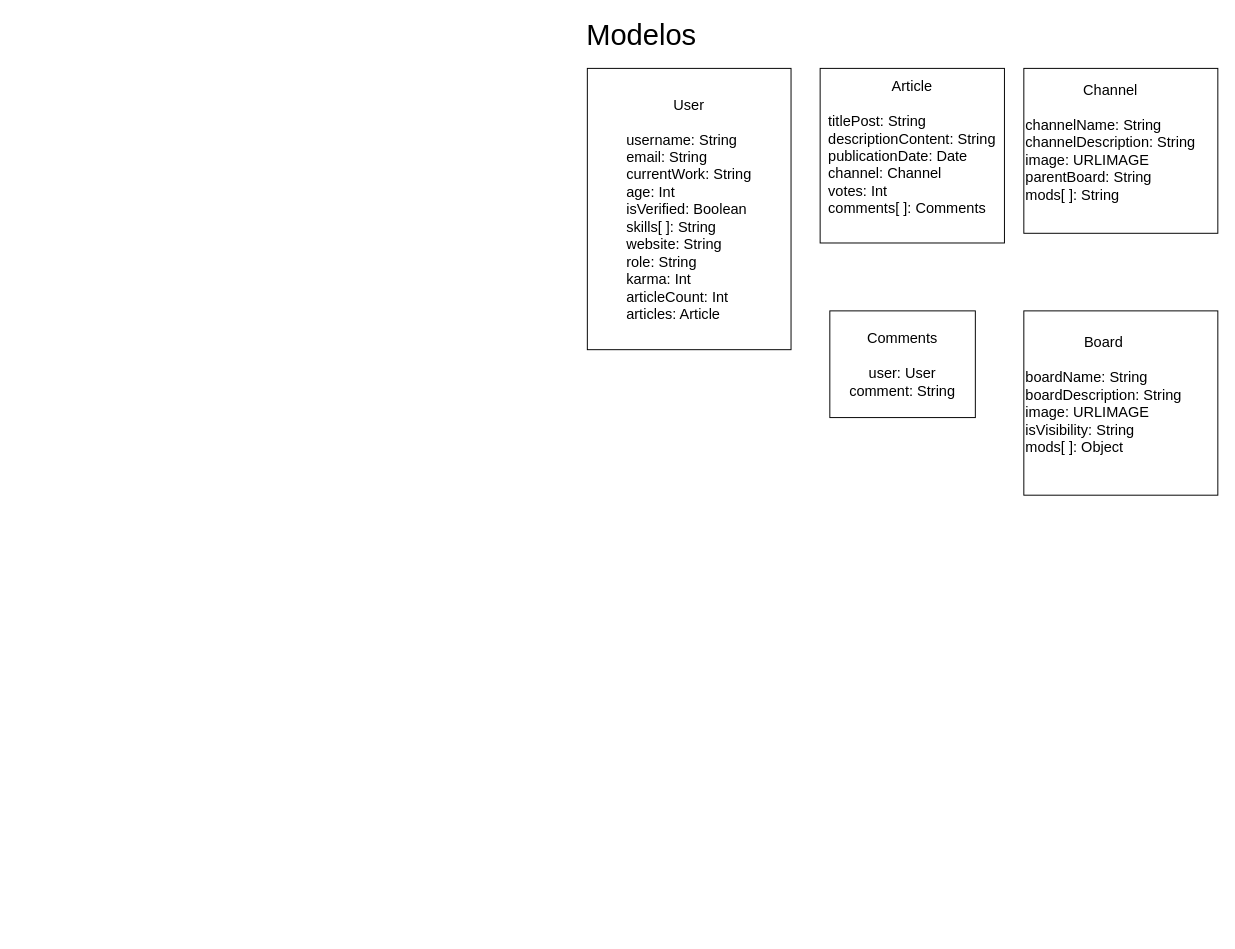
This is page "Models" (1 of 3) of main.drawio from 0Mando/SocialNetworkAnalysis, a draw.io file, before an edit. Source tidied: cells renumbered, new cells numbered last; positions are measured from the earlier drawing's top-left corner, leaving out a move shared by most shapes. Both pictures are drawn from the tidied source at 97%, with x=0, y=0 at pixel (587, 19).
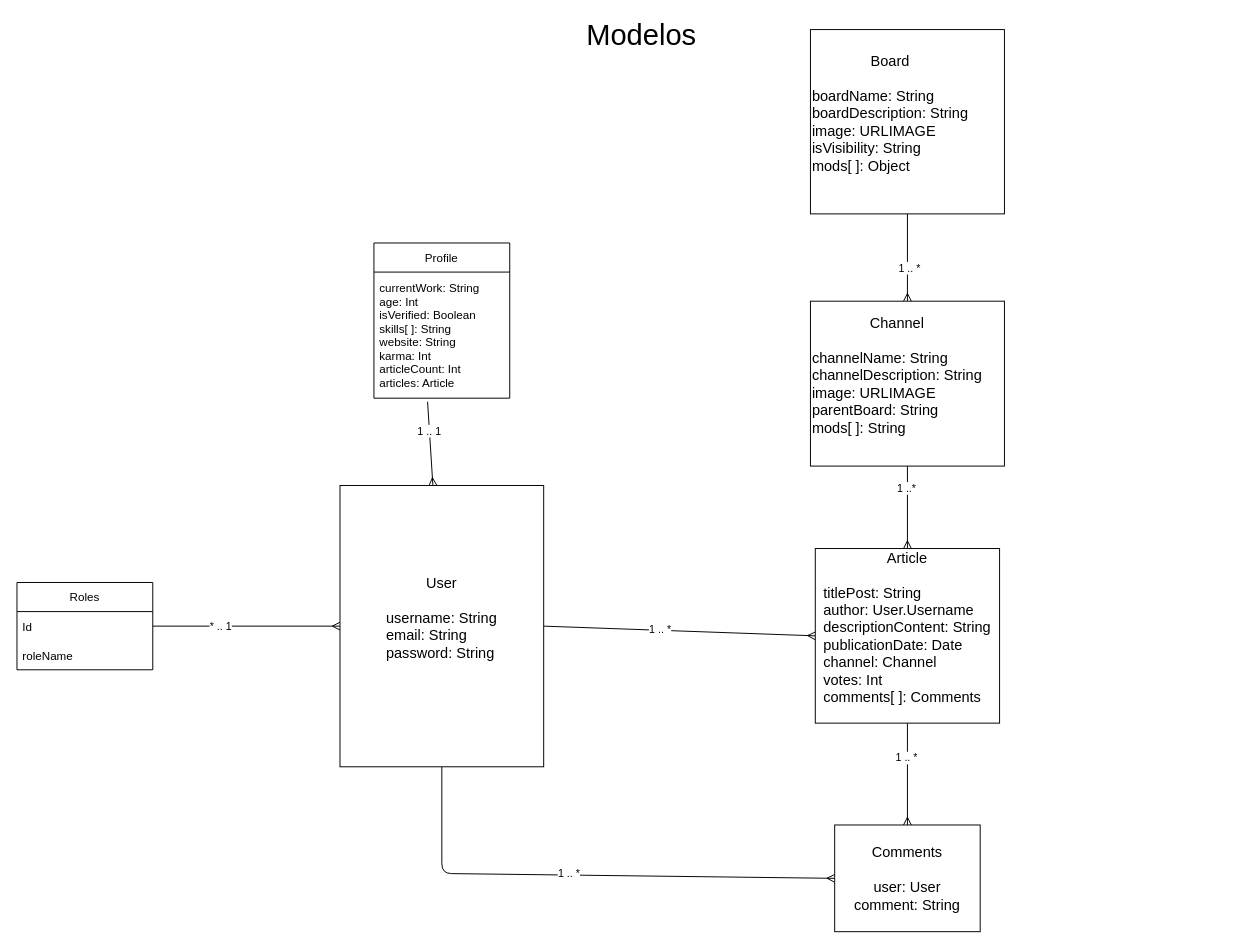
After the change.

Change to the diagram source:
```diff
@@
+    <mxCell id="8" style="edgeStyle=none;html=1;exitX=1;exitY=0.5;exitDx=0;exitDy=0;entryX=0;entryY=0.5;entryDx=0;entryDy=0;endArrow=ERmany;endFill=0;" parent="1" edge="1" source="3" target="4">
+      <mxGeometry relative="1" as="geometry" />
+    </mxCell>
+    <mxCell id="9" value="1 .. *" style="edgeLabel;html=1;align=center;verticalAlign=middle;" parent="8" vertex="1">
+      <mxGeometry x="-0.14" y="1" relative="1" as="geometry" />
+    </mxCell>
+    <mxCell id="10" style="edgeStyle=none;html=1;exitX=0.5;exitY=1;exitDx=0;exitDy=0;entryX=0;entryY=0.5;entryDx=0;entryDy=0;endArrow=ERmany;endFill=0;" parent="1" edge="1" source="3" target="7">
+      <mxGeometry relative="1" as="geometry">
+        <Array as="points">
+          <mxPoint x="-150" y="880" />
+        </Array>
+      </mxGeometry>
+    </mxCell>
+    <mxCell id="11" value="1 .. *" style="edgeLabel;html=1;align=center;verticalAlign=middle;" parent="10" vertex="1">
+      <mxGeometry x="-0.07" y="2" relative="1" as="geometry">
+        <mxPoint x="1" as="offset" />
+      </mxGeometry>
+    </mxCell>
-    <mxCell id="3" value="User&lt;br&gt;&lt;br&gt;&lt;div style=&quot;text-align: left&quot;&gt;&lt;span&gt;username: String&lt;/span&gt;&lt;/div&gt;&lt;div style=&quot;text-align: left&quot;&gt;&lt;span&gt;email: String&lt;/span&gt;&lt;/div&gt;&lt;div style=&quot;text-align: left&quot;&gt;&lt;span&gt;currentWork: String&lt;/span&gt;&lt;/div&gt;&lt;div style=&quot;text-align: left&quot;&gt;&lt;span&gt;age: Int&lt;/span&gt;&lt;/div&gt;&lt;div style=&quot;text-align: left&quot;&gt;&lt;span&gt;isVerified: Boolean&lt;/span&gt;&lt;/div&gt;&lt;div style=&quot;text-align: left&quot;&gt;&lt;span&gt;skills[ ]: String&lt;/span&gt;&lt;/div&gt;&lt;div style=&quot;text-align: left&quot;&gt;&lt;span&gt;website: String&lt;/span&gt;&lt;/div&gt;&lt;div style=&quot;text-align: left&quot;&gt;&lt;span&gt;role: String&lt;/span&gt;&lt;/div&gt;&lt;div style=&quot;text-align: left&quot;&gt;&lt;span style=&quot;font-size: 15px&quot;&gt;karma: Int&lt;/span&gt;&lt;/div&gt;&lt;div style=&quot;text-align: left&quot;&gt;&lt;span style=&quot;font-size: 15px&quot;&gt;articleCount: Int&lt;/span&gt;&lt;/div&gt;&lt;div style=&quot;text-align: left&quot;&gt;&lt;span style=&quot;font-size: 15px&quot;&gt;articles: Article&lt;/span&gt;&lt;/div&gt;" style="rounded=0;whiteSpace=wrap;html=1;fontSize=15;" parent="1" vertex="1">
-      <mxGeometry y="50" width="210" height="290" as="geometry" />
+    <mxCell id="3" value="User&lt;br&gt;&lt;br&gt;&lt;div style=&quot;text-align: left&quot;&gt;&lt;span&gt;username: String&lt;/span&gt;&lt;/div&gt;&lt;div style=&quot;text-align: left&quot;&gt;&lt;span&gt;email: String&lt;/span&gt;&lt;/div&gt;&lt;div style=&quot;text-align: left&quot;&gt;&lt;span&gt;password: String&lt;/span&gt;&lt;/div&gt;&lt;div style=&quot;text-align: left&quot;&gt;&lt;br&gt;&lt;/div&gt;" style="rounded=0;whiteSpace=wrap;html=1;fontSize=15;" parent="1" vertex="1">
+      <mxGeometry x="-255" y="480" width="210" height="290" as="geometry" />
     </mxCell>
+    <mxCell id="12" style="edgeStyle=none;html=1;exitX=0.5;exitY=1;exitDx=0;exitDy=0;endArrow=ERmany;endFill=0;" parent="1" edge="1" source="4" target="7">
+      <mxGeometry relative="1" as="geometry" />
+    </mxCell>
+    <mxCell id="13" value="1 .. *" style="edgeLabel;html=1;align=center;verticalAlign=middle;" parent="12" vertex="1">
+      <mxGeometry x="-0.34" y="-2" relative="1" as="geometry" />
+    </mxCell>
-    <mxCell id="4" value="Article&lt;br&gt;&lt;br&gt;&lt;div style=&quot;text-align: left&quot;&gt;&lt;span&gt;titlePost: String&lt;/span&gt;&lt;/div&gt;&lt;div style=&quot;text-align: left&quot;&gt;&lt;span&gt;descriptionContent: String&lt;/span&gt;&lt;/div&gt;&lt;div style=&quot;text-align: left&quot;&gt;publicationDate: Date&lt;/div&gt;&lt;div style=&quot;text-align: left&quot;&gt;channel: Channel&lt;/div&gt;&lt;div style=&quot;text-align: left&quot;&gt;votes: Int&lt;/div&gt;&lt;div style=&quot;text-align: left&quot;&gt;comments[ ]: Comments&lt;/div&gt;&lt;div style=&quot;text-align: left&quot;&gt;&lt;br&gt;&lt;/div&gt;" style="rounded=0;whiteSpace=wrap;html=1;fontSize=15;" parent="1" vertex="1">
-      <mxGeometry x="240" y="50" width="190" height="180" as="geometry" />
+    <mxCell id="4" value="Article&lt;br&gt;&lt;br&gt;&lt;div style=&quot;text-align: left&quot;&gt;&lt;span&gt;titlePost: String&lt;/span&gt;&lt;/div&gt;&lt;div style=&quot;text-align: left&quot;&gt;&lt;span&gt;author: User.Username&lt;/span&gt;&lt;/div&gt;&lt;div style=&quot;text-align: left&quot;&gt;&lt;span&gt;descriptionContent: String&lt;/span&gt;&lt;/div&gt;&lt;div style=&quot;text-align: left&quot;&gt;publicationDate: Date&lt;/div&gt;&lt;div style=&quot;text-align: left&quot;&gt;channel: Channel&lt;/div&gt;&lt;div style=&quot;text-align: left&quot;&gt;votes: Int&lt;/div&gt;&lt;div style=&quot;text-align: left&quot;&gt;comments[ ]: Comments&lt;/div&gt;&lt;div style=&quot;text-align: left&quot;&gt;&lt;br&gt;&lt;/div&gt;" style="rounded=0;whiteSpace=wrap;html=1;fontSize=15;" parent="1" vertex="1">
+      <mxGeometry x="235" y="545" width="190" height="180" as="geometry" />
     </mxCell>
+    <mxCell id="14" style="edgeStyle=none;html=1;exitX=0.5;exitY=1;exitDx=0;exitDy=0;entryX=0.5;entryY=0;entryDx=0;entryDy=0;endArrow=ERmany;endFill=0;" parent="1" edge="1" source="5" target="4">
+      <mxGeometry relative="1" as="geometry" />
+    </mxCell>
+    <mxCell id="15" value="1 ..*" style="edgeLabel;html=1;align=center;verticalAlign=middle;" parent="14" vertex="1">
+      <mxGeometry x="-0.49" y="-2" relative="1" as="geometry" />
+    </mxCell>
     <mxCell id="5" value="&lt;div style=&quot;text-align: center&quot;&gt;&lt;span&gt;Channel&lt;/span&gt;&lt;/div&gt;&lt;div&gt;&lt;span style=&quot;font-size: 15px&quot;&gt;&lt;br&gt;&lt;/span&gt;&lt;/div&gt;&lt;div&gt;&lt;div&gt;&lt;span&gt;channelName: String&lt;/span&gt;&lt;/div&gt;&lt;span&gt;&lt;div&gt;&lt;span&gt;channelDescription: String&lt;/span&gt;&lt;/div&gt;&lt;/span&gt;&lt;span&gt;&lt;div&gt;&lt;span&gt;image: URLIMAGE&lt;/span&gt;&lt;/div&gt;&lt;div&gt;parentBoard: String&lt;/div&gt;&lt;div&gt;mods[ ]: String&lt;/div&gt;&lt;div&gt;&lt;br&gt;&lt;/div&gt;&lt;/span&gt;&lt;/div&gt;" style="rounded=0;whiteSpace=wrap;html=1;fontSize=15;align=left;" parent="1" vertex="1">
-      <mxGeometry x="450" y="50" width="200" height="170" as="geometry" />
+      <mxGeometry x="230" y="290" width="200" height="170" as="geometry" />
     </mxCell>
+    <mxCell id="16" style="edgeStyle=none;html=1;exitX=0.5;exitY=1;exitDx=0;exitDy=0;endArrow=ERmany;endFill=0;" parent="1" edge="1" source="6" target="5">
+      <mxGeometry relative="1" as="geometry" />
+    </mxCell>
+    <mxCell id="17" value="1 .. *" style="edgeLabel;html=1;align=center;verticalAlign=middle;" parent="16" vertex="1">
+      <mxGeometry x="0.22" y="1" relative="1" as="geometry" />
+    </mxCell>
     <mxCell id="6" value="&lt;div style=&quot;text-align: center&quot;&gt;Board&lt;/div&gt;&lt;div style=&quot;text-align: center&quot;&gt;&lt;br&gt;&lt;/div&gt;&lt;div&gt;&lt;div&gt;&lt;span&gt;boardName: String&lt;/span&gt;&lt;/div&gt;&lt;span&gt;&lt;div&gt;&lt;span&gt;boardDescription: String&lt;/span&gt;&lt;/div&gt;&lt;/span&gt;&lt;span&gt;&lt;div&gt;&lt;span&gt;image: URLIMAGE&lt;/span&gt;&lt;/div&gt;&lt;div&gt;isVisibility: String&lt;/div&gt;&lt;div&gt;mods[ ]: Object&lt;/div&gt;&lt;div&gt;&lt;br&gt;&lt;/div&gt;&lt;/span&gt;&lt;/div&gt;" style="rounded=0;whiteSpace=wrap;html=1;fontSize=15;align=left;" parent="1" vertex="1">
-      <mxGeometry x="450" y="300" width="200" height="190" as="geometry" />
+      <mxGeometry x="230" y="10" width="200" height="190" as="geometry" />
     </mxCell>
     <mxCell id="7" value="Comments&lt;br&gt;&lt;br&gt;user: User&lt;br&gt;comment: String" style="whiteSpace=wrap;html=1;fontSize=15;" parent="1" vertex="1">
-      <mxGeometry x="250" y="300" width="150" height="110" as="geometry" />
+      <mxGeometry x="255" y="830" width="150" height="110" as="geometry" />
     </mxCell>
+    <mxCell id="18" value="Roles" style="swimlane;fontStyle=0;horizontal=1;startSize=30;" parent="1" vertex="1">
+      <mxGeometry x="-588" y="580" width="140" height="90" as="geometry" />
+    </mxCell>
+    <mxCell id="19" value="Id" style="text;strokeColor=none;fillColor=none;align=left;verticalAlign=middle;spacingLeft=4;spacingRight=4;overflow=hidden;points=[[0,0.5],[1,0.5]];portConstraint=eastwest;" parent="18" vertex="1">
+      <mxGeometry y="30" width="140" height="30" as="geometry" />
+    </mxCell>
+    <mxCell id="20" value="roleName" style="text;strokeColor=none;fillColor=none;align=left;verticalAlign=middle;spacingLeft=4;spacingRight=4;overflow=hidden;" parent="18" vertex="1">
+      <mxGeometry y="60" width="140" height="30" as="geometry" />
+    </mxCell>
+    <mxCell id="21" style="edgeStyle=none;html=1;exitX=1;exitY=0.5;exitDx=0;exitDy=0;entryX=0;entryY=0.5;entryDx=0;entryDy=0;endArrow=ERmany;endFill=0;" parent="1" edge="1" source="19" target="3">
+      <mxGeometry relative="1" as="geometry" />
+    </mxCell>
+    <mxCell id="22" value="* .. 1" style="edgeLabel;html=1;align=center;verticalAlign=middle;" parent="21" vertex="1">
+      <mxGeometry x="-0.28" y="1" relative="1" as="geometry" />
+    </mxCell>
+    <mxCell id="23" value="Profile" style="swimlane;fontStyle=0;horizontal=1;startSize=30;" parent="1" vertex="1">
+      <mxGeometry x="-220" y="230" width="140" height="160" as="geometry" />
+    </mxCell>
+    <mxCell id="24" value="currentWork: String&#10;age: Int&#10;isVerified: Boolean&#10;skills[ ]: String&#10;website: String&#10;karma: Int&#10;articleCount: Int&#10;articles: Article" style="text;strokeColor=none;fillColor=none;align=left;verticalAlign=middle;spacingLeft=4;spacingRight=4;overflow=hidden;points=[[0,0.5],[1,0.5]];portConstraint=eastwest;" parent="23" vertex="1">
+      <mxGeometry y="30" width="140" height="130" as="geometry" />
+    </mxCell>
+    <mxCell id="25" style="edgeStyle=none;html=1;endArrow=ERmany;endFill=0;exitX=0.395;exitY=1.028;exitDx=0;exitDy=0;exitPerimeter=0;" parent="1" edge="1" source="24" target="3">
+      <mxGeometry relative="1" as="geometry" />
+    </mxCell>
+    <mxCell id="26" value="1 .. 1" style="edgeLabel;html=1;align=center;verticalAlign=middle;" parent="25" vertex="1">
+      <mxGeometry x="-0.31" y="-1" relative="1" as="geometry" />
+    </mxCell>
```
